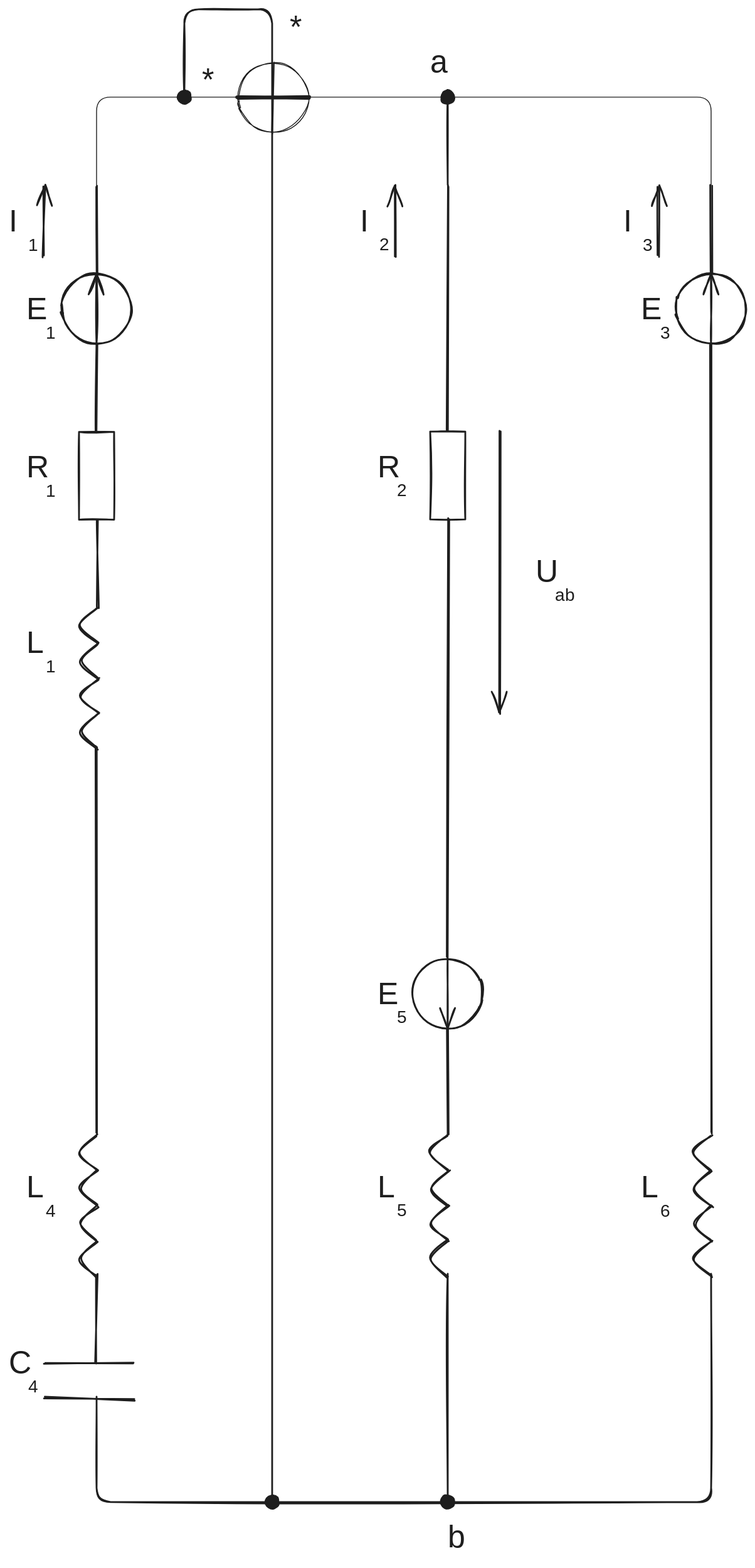
Earlier version of the Excalidraw export ele/rygota2/task.excalidraw.svg (kawazaki42/NoteS4). Source tidied: one line per element, renumbered; positions are measured from the earlier drawing's top-left corner, leaving out a move shared by most shapes.
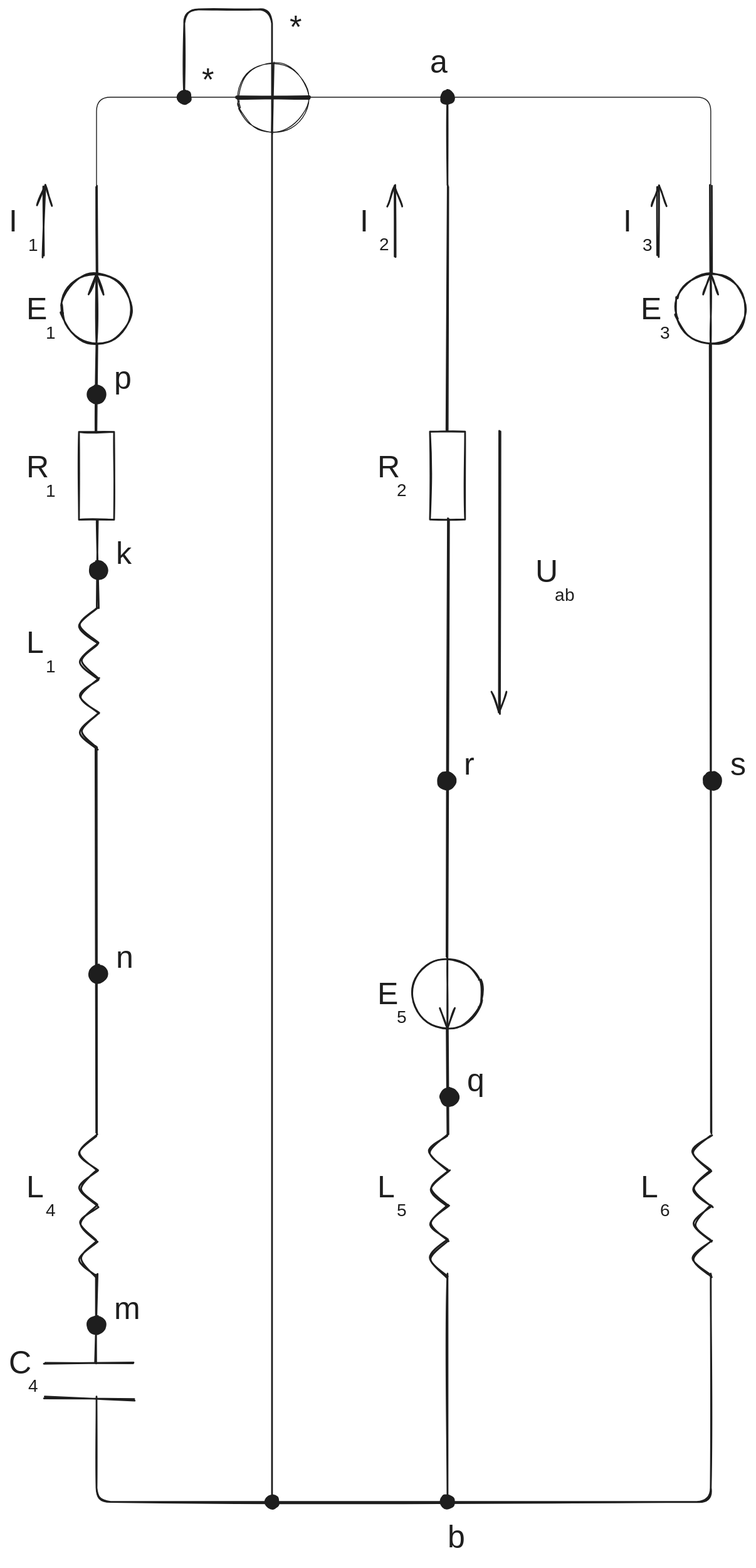
The same diagram one commit later.

What changed in the source:
```diff
@@ -78,3 +78,17 @@
 {"id": 77, "type": "arrow", "strokeColor": "#1e1e1e", "strokeWidth": 2, "roughness": 1, "endArrowhead": "arrow", "round": true, "x": 560, "y": 480, "width": 0, "height": 322, "points": [[0, 0], [0, 322]]}
 {"id": 78, "type": "text", "text": "U", "strokeColor": "#1e1e1e", "strokeWidth": 2, "roughness": 1, "fontSize": 36, "fontFamily": 5, "x": 600, "y": 620, "width": 26, "height": 45}
 {"id": 79, "type": "text", "text": "ab", "strokeColor": "#1e1e1e", "strokeWidth": 2, "roughness": 1, "fontSize": 20, "fontFamily": 5, "x": 622, "y": 656, "width": 23, "height": 25}
+{"id": 80, "type": "ellipse", "strokeColor": "#1e1e1e", "backgroundColor": "#1e1e1e", "fillStyle": "solid", "strokeWidth": 2, "roughness": 1, "round": true, "x": 90, "y": 1489, "width": 20, "height": 20}
+{"id": 81, "type": "text", "text": "m", "strokeColor": "#1e1e1e", "backgroundColor": "#1e1e1e", "fillStyle": "solid", "strokeWidth": 2, "roughness": 1, "fontSize": 36, "fontFamily": 5, "x": 120, "y": 1460, "width": 24, "height": 45}
+{"id": 82, "type": "ellipse", "strokeColor": "#1e1e1e", "backgroundColor": "#1e1e1e", "fillStyle": "solid", "strokeWidth": 2, "roughness": 1, "round": true, "x": 92, "y": 1089, "width": 20, "height": 20}
+{"id": 83, "type": "text", "text": "n", "strokeColor": "#1e1e1e", "backgroundColor": "#1e1e1e", "fillStyle": "solid", "strokeWidth": 2, "roughness": 1, "fontSize": 36, "fontFamily": 5, "x": 122, "y": 1060, "width": 19, "height": 45}
+{"id": 84, "type": "ellipse", "strokeColor": "#1e1e1e", "backgroundColor": "#1e1e1e", "fillStyle": "solid", "strokeWidth": 2, "roughness": 1, "round": true, "x": 92, "y": 629, "width": 20, "height": 20}
+{"id": 85, "type": "text", "text": "k", "strokeColor": "#1e1e1e", "backgroundColor": "#1e1e1e", "fillStyle": "solid", "strokeWidth": 2, "roughness": 1, "fontSize": 36, "fontFamily": 5, "x": 122, "y": 600, "width": 19, "height": 45}
+{"id": 86, "type": "ellipse", "strokeColor": "#1e1e1e", "backgroundColor": "#1e1e1e", "fillStyle": "solid", "strokeWidth": 2, "roughness": 1, "round": true, "x": 90, "y": 429, "width": 20, "height": 20}
+{"id": 87, "type": "text", "text": "p", "strokeColor": "#1e1e1e", "backgroundColor": "#1e1e1e", "fillStyle": "solid", "strokeWidth": 2, "roughness": 1, "fontSize": 36, "fontFamily": 5, "x": 120, "y": 400, "width": 19, "height": 45}
+{"id": 88, "type": "ellipse", "strokeColor": "#1e1e1e", "backgroundColor": "#1e1e1e", "fillStyle": "solid", "strokeWidth": 2, "roughness": 1, "round": true, "x": 492, "y": 1229, "width": 20, "height": 20}
+{"id": 89, "type": "text", "text": "q", "strokeColor": "#1e1e1e", "backgroundColor": "#1e1e1e", "fillStyle": "solid", "strokeWidth": 2, "roughness": 1, "fontSize": 36, "fontFamily": 5, "x": 522, "y": 1200, "width": 19, "height": 45}
+{"id": 90, "type": "ellipse", "strokeColor": "#1e1e1e", "backgroundColor": "#1e1e1e", "fillStyle": "solid", "strokeWidth": 2, "roughness": 1, "round": true, "x": 489, "y": 869, "width": 20, "height": 20}
+{"id": 91, "type": "text", "text": "r", "strokeColor": "#1e1e1e", "backgroundColor": "#1e1e1e", "fillStyle": "solid", "strokeWidth": 2, "roughness": 1, "fontSize": 36, "fontFamily": 5, "x": 519, "y": 840, "width": 15, "height": 45}
+{"id": 92, "type": "ellipse", "strokeColor": "#1e1e1e", "backgroundColor": "#1e1e1e", "fillStyle": "solid", "strokeWidth": 2, "roughness": 1, "round": true, "x": 792, "y": 869, "width": 20, "height": 20}
+{"id": 93, "type": "text", "text": "s", "strokeColor": "#1e1e1e", "backgroundColor": "#1e1e1e", "fillStyle": "solid", "strokeWidth": 2, "roughness": 1, "fontSize": 36, "fontFamily": 5, "x": 822, "y": 840, "width": 20, "height": 45}
```
